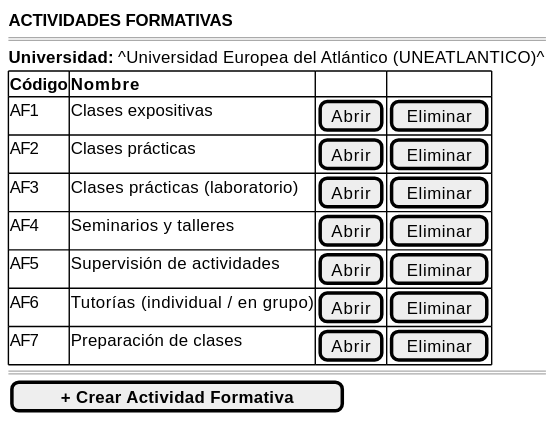
The PlantUML diagram images/RUP/01-requisitos/03-detalle-casos-uso/abrirActividadesFormativas/wireframe.svg in mmasias/pyCeldaPublico, before a commit.
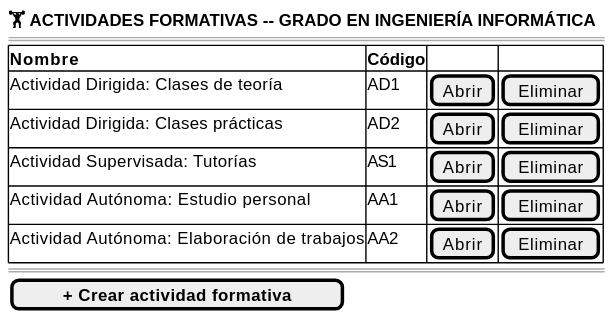
The same file after the commit.

What changed in the source:
```diff
@@ -1,19 +1,16 @@
 @startsalt abrirActividadesFormativas-wireframe
 {
-    <b>ACTIVIDADES FORMATIVAS</b>
+    <b>🏋️ ACTIVIDADES FORMATIVAS -- GRADO EN INGENIERÍA INFORMÁTICA</b>
     ====
-    <b>Universidad:</b> ^Universidad Europea del Atlántico (UNEATLANTICO)^
     {#
-        <b>Código | <b>Nombre | . | .
-        AF1 | Clases expositivas | [Abrir] | [Eliminar]
-        AF2 | Clases prácticas | [Abrir] | [Eliminar]
-        AF3 | Clases prácticas (laboratorio) | [Abrir] | [Eliminar]
-        AF4 | Seminarios y talleres | [Abrir] | [Eliminar]
-        AF5 | Supervisión de actividades | [Abrir] | [Eliminar]
-        AF6 | Tutorías (individual / en grupo) | [Abrir] | [Eliminar]
-        AF7 | Preparación de clases | [Abrir] | [Eliminar]
+        <b>Nombre | <b>Código | . | .
+        Actividad Dirigida: Clases de teoría | AD1 | [Abrir] | [Eliminar]
+        Actividad Dirigida: Clases prácticas | AD2 | [Abrir] | [Eliminar]
+        Actividad Supervisada: Tutorías | AS1 | [Abrir] | [Eliminar]
+        Actividad Autónoma: Estudio personal | AA1 | [Abrir] | [Eliminar]
+        Actividad Autónoma: Elaboración de trabajos | AA2 | [Abrir] | [Eliminar]
     }
     ====
-    [ <b>+ Crear Actividad Formativa</b> ]
+    [ <b>+ Crear actividad formativa</b> ]
 }
 @endsalt
```
